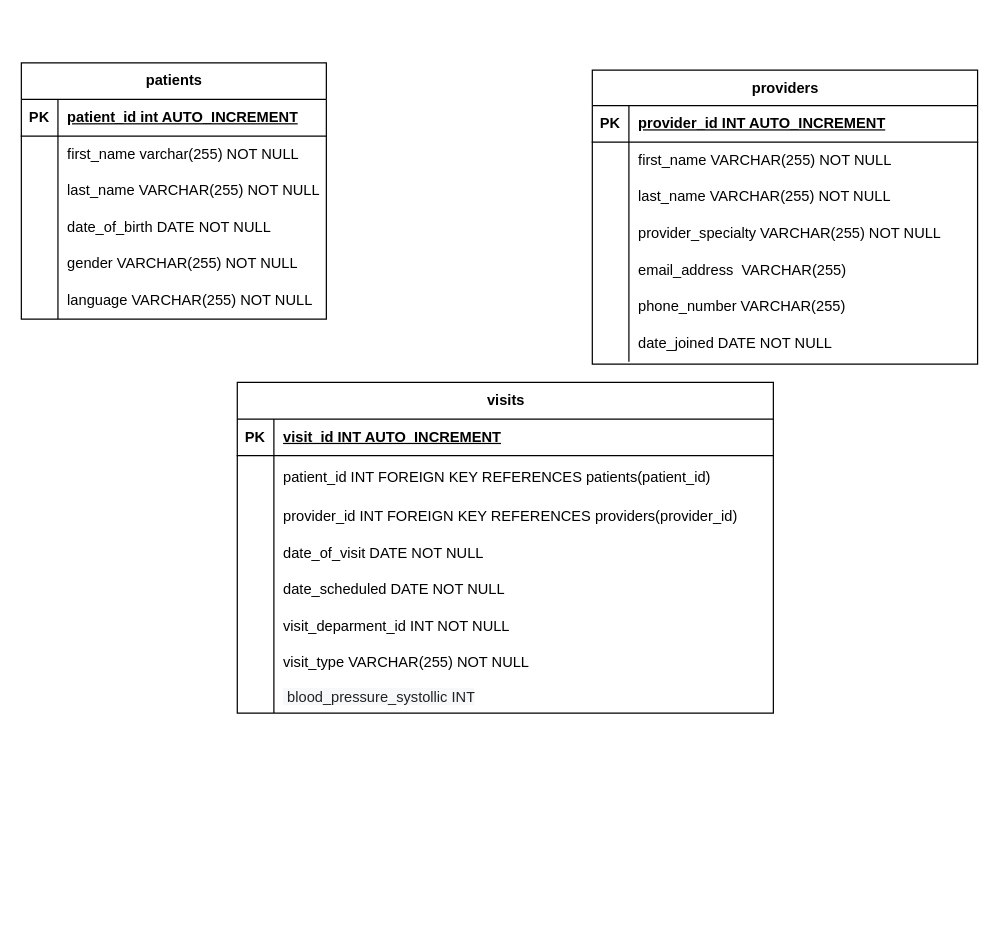
Earlier version of the draw.io diagram Hospital.drawio (jerotich8/Database-management). Source tidied: cells renumbered, new cells numbered last; positions are measured from the earlier drawing's top-left corner, leaving out a move shared by most shapes. Both pictures are drawn from the tidied source at 122%, with x=0, y=0 at pixel (21, 62).
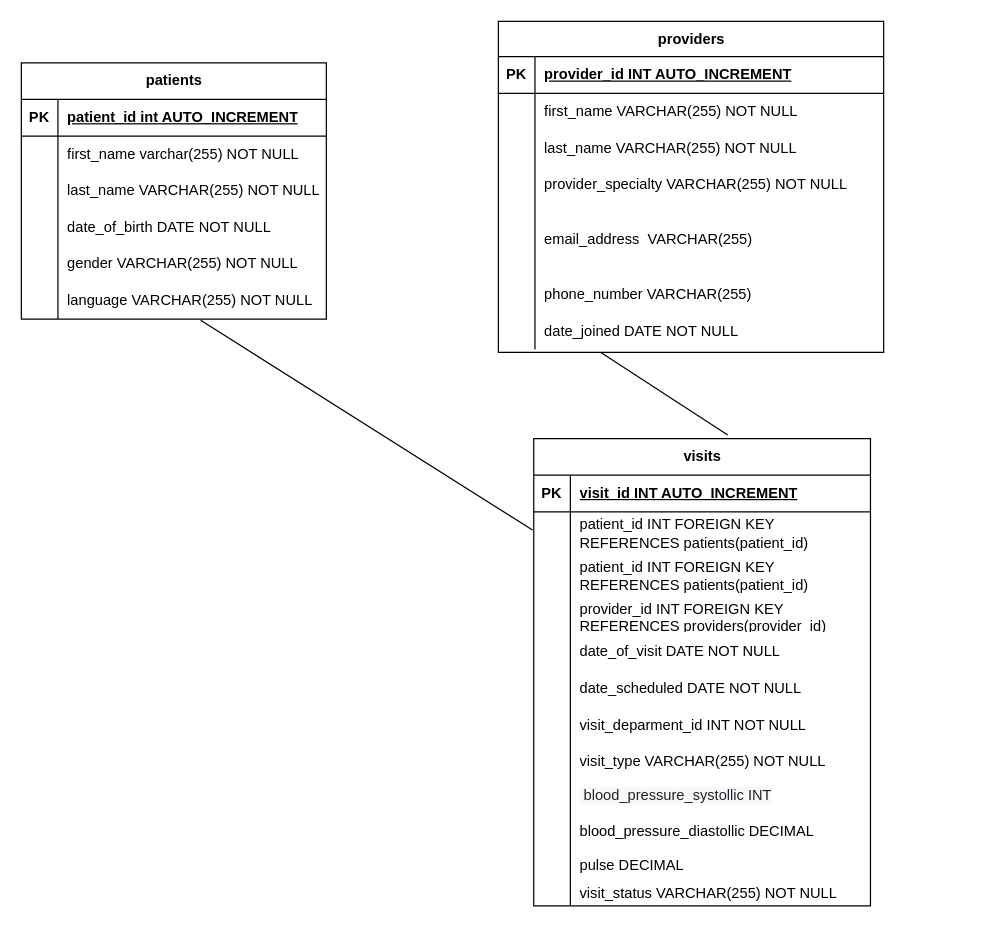
Above is the later version.

Change to the diagram source:
```diff
@@
     <mxCell id="21" value="providers" style="shape=table;startSize=29;childLayout=tableLayout;rowLines=0;fontStyle=1;align=center;html=1;" parent="1" vertex="1">
-      <mxGeometry x="468" y="6" width="315.8" height="241" as="geometry" />
+      <mxGeometry x="391" y="-34" width="315.8" height="271.4" as="geometry" />
     </mxCell>
@@
     <mxCell id="34" style="shape=tableRow;horizontal=0;startSize=0;swimlaneHead=0;swimlaneBody=0;fillColor=none;top=0;left=0;right=0;bottom=0;" parent="21" vertex="1">
-      <mxGeometry y="149" width="315.8" height="30" as="geometry" />
+      <mxGeometry y="149" width="315.8" height="60" as="geometry" />
     </mxCell>
     <mxCell id="35" style="shape=partialRectangle;fillColor=none;top=0;left=0;bottom=0;right=0;overflow=hidden;whiteSpace=wrap;html=1;" parent="34" vertex="1">
-      <mxGeometry width="30" height="30" as="geometry" />
+      <mxGeometry width="30" height="60" as="geometry" />
     </mxCell>
     <mxCell id="36" value="email_address&amp;nbsp; VARCHAR(255)&amp;nbsp;" style="shape=partialRectangle;fillColor=none;top=0;left=0;bottom=0;right=0;align=left;spacingLeft=6;overflow=hidden;whiteSpace=wrap;html=1;" parent="34" vertex="1">
-      <mxGeometry x="30" width="285.8" height="30" as="geometry" />
+      <mxGeometry x="30" width="285.8" height="60" as="geometry" />
     </mxCell>
     <mxCell id="37" style="shape=tableRow;horizontal=0;startSize=0;swimlaneHead=0;swimlaneBody=0;fillColor=none;top=0;left=0;right=0;bottom=0;" parent="21" vertex="1">
-      <mxGeometry y="179" width="315.8" height="30" as="geometry" />
+      <mxGeometry y="209" width="315.8" height="30" as="geometry" />
     </mxCell>
@@
     <mxCell id="40" style="shape=tableRow;horizontal=0;startSize=0;swimlaneHead=0;swimlaneBody=0;fillColor=none;top=0;left=0;right=0;bottom=0;" parent="21" vertex="1">
-      <mxGeometry y="209" width="315.8" height="30" as="geometry" />
+      <mxGeometry y="239" width="315.8" height="30" as="geometry" />
     </mxCell>
@@
     <mxCell id="43" value="visits" style="shape=table;startSize=30;childLayout=tableLayout;rowLines=0;fontStyle=1;align=center;html=1;" parent="1" vertex="1">
-      <mxGeometry x="177" y="262" width="439.4" height="271" as="geometry" />
+      <mxGeometry x="420" y="308" width="276" height="383" as="geometry" />
     </mxCell>
     <mxCell id="44" style="shape=tableRow;horizontal=0;startSize=0;swimlaneHead=0;swimlaneBody=0;fillColor=none;top=0;left=0;right=0;bottom=1;" parent="43" vertex="1">
-      <mxGeometry y="30" width="439.4" height="30" as="geometry" />
+      <mxGeometry y="30" width="276" height="30" as="geometry" />
     </mxCell>
@@
     <mxCell id="46" value="visit_id INT AUTO_INCREMENT" style="shape=partialRectangle;fillColor=none;top=0;left=0;bottom=0;right=0;align=left;spacingLeft=6;fontStyle=5;overflow=hidden;whiteSpace=wrap;html=1;" parent="44" vertex="1">
-      <mxGeometry x="30" width="409.4" height="30" as="geometry" />
+      <mxGeometry x="30" width="246" height="30" as="geometry" />
     </mxCell>
+    <mxCell id="68" style="shape=tableRow;horizontal=0;startSize=0;swimlaneHead=0;swimlaneBody=0;fillColor=none;top=0;left=0;right=0;bottom=0;" parent="43" vertex="1">
+      <mxGeometry y="60" width="276" height="35" as="geometry" />
+    </mxCell>
+    <mxCell id="69" style="shape=partialRectangle;fillColor=none;top=0;left=0;bottom=0;right=0;overflow=hidden;whiteSpace=wrap;html=1;" parent="68" vertex="1">
+      <mxGeometry width="30" height="35" as="geometry" />
+    </mxCell>
+    <mxCell id="70" value="patient_id INT FOREIGN KEY REFERENCES patients(patient_id)" style="shape=partialRectangle;fillColor=none;top=0;left=0;bottom=0;right=0;align=left;spacingLeft=6;overflow=hidden;whiteSpace=wrap;html=1;" parent="68" vertex="1">
+      <mxGeometry x="30" width="246" height="35" as="geometry" />
+    </mxCell>
     <mxCell id="47" style="shape=tableRow;horizontal=0;startSize=0;swimlaneHead=0;swimlaneBody=0;fillColor=none;top=0;left=0;right=0;bottom=0;" parent="43" vertex="1">
-      <mxGeometry y="60" width="439.4" height="35" as="geometry" />
+      <mxGeometry y="95" width="276" height="35" as="geometry" />
     </mxCell>
@@
     <mxCell id="49" value="patient_id INT FOREIGN KEY REFERENCES patients(patient_id)" style="shape=partialRectangle;fillColor=none;top=0;left=0;bottom=0;right=0;align=left;spacingLeft=6;overflow=hidden;whiteSpace=wrap;html=1;" parent="47" vertex="1">
-      <mxGeometry x="30" width="409.4" height="35" as="geometry" />
+      <mxGeometry x="30" width="246" height="35" as="geometry" />
     </mxCell>
     <mxCell id="50" style="shape=tableRow;horizontal=0;startSize=0;swimlaneHead=0;swimlaneBody=0;fillColor=none;top=0;left=0;right=0;bottom=0;" parent="43" vertex="1">
-      <mxGeometry y="95" width="439.4" height="30" as="geometry" />
+      <mxGeometry y="130" width="276" height="30" as="geometry" />
     </mxCell>
@@
     <mxCell id="52" value="provider_id INT FOREIGN KEY REFERENCES providers(provider_id)" style="shape=partialRectangle;fillColor=none;top=0;left=0;bottom=0;right=0;align=left;spacingLeft=6;overflow=hidden;whiteSpace=wrap;html=1;" parent="50" vertex="1">
-      <mxGeometry x="30" width="409.4" height="30" as="geometry" />
+      <mxGeometry x="30" width="246" height="30" as="geometry" />
     </mxCell>
     <mxCell id="53" style="shape=tableRow;horizontal=0;startSize=0;swimlaneHead=0;swimlaneBody=0;fillColor=none;top=0;left=0;right=0;bottom=0;" parent="43" vertex="1">
-      <mxGeometry y="125" width="439.4" height="30" as="geometry" />
+      <mxGeometry y="160" width="276" height="30" as="geometry" />
     </mxCell>
@@
     <mxCell id="55" value="date_of_visit DATE NOT NULL" style="shape=partialRectangle;fillColor=none;top=0;left=0;bottom=0;right=0;align=left;spacingLeft=6;overflow=hidden;whiteSpace=wrap;html=1;" parent="53" vertex="1">
-      <mxGeometry x="30" width="409.4" height="30" as="geometry" />
+      <mxGeometry x="30" width="246" height="30" as="geometry" />
     </mxCell>
     <mxCell id="56" style="shape=tableRow;horizontal=0;startSize=0;swimlaneHead=0;swimlaneBody=0;fillColor=none;top=0;left=0;right=0;bottom=0;" parent="43" vertex="1">
-      <mxGeometry y="155" width="439.4" height="30" as="geometry" />
+      <mxGeometry y="190" width="276" height="30" as="geometry" />
     </mxCell>
@@
     <mxCell id="58" value="date_scheduled DATE NOT NULL" style="shape=partialRectangle;fillColor=none;top=0;left=0;bottom=0;right=0;align=left;spacingLeft=6;overflow=hidden;whiteSpace=wrap;html=1;" parent="56" vertex="1">
-      <mxGeometry x="30" width="409.4" height="30" as="geometry" />
+      <mxGeometry x="30" width="246" height="30" as="geometry" />
     </mxCell>
     <mxCell id="59" style="shape=tableRow;horizontal=0;startSize=0;swimlaneHead=0;swimlaneBody=0;fillColor=none;top=0;left=0;right=0;bottom=0;" parent="43" vertex="1">
-      <mxGeometry y="185" width="439.4" height="30" as="geometry" />
+      <mxGeometry y="220" width="276" height="30" as="geometry" />
     </mxCell>
@@
     <mxCell id="61" value="visit_deparment_id INT NOT NULL" style="shape=partialRectangle;fillColor=none;top=0;left=0;bottom=0;right=0;align=left;spacingLeft=6;overflow=hidden;whiteSpace=wrap;html=1;" parent="59" vertex="1">
-      <mxGeometry x="30" width="409.4" height="30" as="geometry" />
+      <mxGeometry x="30" width="246" height="30" as="geometry" />
     </mxCell>
     <mxCell id="62" style="shape=tableRow;horizontal=0;startSize=0;swimlaneHead=0;swimlaneBody=0;fillColor=none;top=0;left=0;right=0;bottom=0;" parent="43" vertex="1">
-      <mxGeometry y="215" width="439.4" height="30" as="geometry" />
+      <mxGeometry y="250" width="276" height="30" as="geometry" />
     </mxCell>
@@
     <mxCell id="64" value="visit_type VARCHAR(255) NOT NULL" style="shape=partialRectangle;fillColor=none;top=0;left=0;bottom=0;right=0;align=left;spacingLeft=6;overflow=hidden;whiteSpace=wrap;html=1;" parent="62" vertex="1">
-      <mxGeometry x="30" width="409.4" height="30" as="geometry" />
+      <mxGeometry x="30" width="246" height="30" as="geometry" />
     </mxCell>
     <mxCell id="65" style="shape=tableRow;horizontal=0;startSize=0;swimlaneHead=0;swimlaneBody=0;fillColor=none;top=0;left=0;right=0;bottom=0;" parent="43" vertex="1">
-      <mxGeometry y="245" width="439.4" height="26" as="geometry" />
+      <mxGeometry y="280" width="276" height="26" as="geometry" />
     </mxCell>
@@
     <mxCell id="67" value="&lt;font color=&quot;#1f2328&quot;&gt;&lt;span style=&quot;background-color: rgb(246, 248, 250);&quot;&gt;&amp;nbsp;blood_pressure_systollic INT&lt;/span&gt;&lt;/font&gt;" style="shape=partialRectangle;fillColor=none;top=0;left=0;bottom=0;right=0;align=left;spacingLeft=6;overflow=hidden;whiteSpace=wrap;html=1;fontSize=12;" parent="65" vertex="1">
-      <mxGeometry x="30" width="409.4" height="26" as="geometry" />
+      <mxGeometry x="30" width="246" height="26" as="geometry" />
     </mxCell>
+    <mxCell id="71" style="shape=tableRow;horizontal=0;startSize=0;swimlaneHead=0;swimlaneBody=0;fillColor=none;top=0;left=0;right=0;bottom=0;" parent="43" vertex="1">
+      <mxGeometry y="306" width="276" height="31" as="geometry" />
+    </mxCell>
+    <mxCell id="72" style="shape=partialRectangle;fillColor=none;top=0;left=0;bottom=0;right=0;overflow=hidden;whiteSpace=wrap;html=1;" parent="71" vertex="1">
+      <mxGeometry width="30" height="31" as="geometry" />
+    </mxCell>
+    <mxCell id="73" value="blood_pressure_diastollic DECIMAL" style="shape=partialRectangle;fillColor=none;top=0;left=0;bottom=0;right=0;align=left;spacingLeft=6;overflow=hidden;whiteSpace=wrap;html=1;fontSize=12;" parent="71" vertex="1">
+      <mxGeometry x="30" width="246" height="31" as="geometry" />
+    </mxCell>
+    <mxCell id="74" style="shape=tableRow;horizontal=0;startSize=0;swimlaneHead=0;swimlaneBody=0;fillColor=none;top=0;left=0;right=0;bottom=0;" parent="43" vertex="1">
+      <mxGeometry y="337" width="276" height="26" as="geometry" />
+    </mxCell>
+    <mxCell id="75" style="shape=partialRectangle;fillColor=none;top=0;left=0;bottom=0;right=0;overflow=hidden;whiteSpace=wrap;html=1;" parent="74" vertex="1">
+      <mxGeometry width="30" height="26" as="geometry" />
+    </mxCell>
+    <mxCell id="76" value="pulse DECIMAL" style="shape=partialRectangle;fillColor=none;top=0;left=0;bottom=0;right=0;align=left;spacingLeft=6;overflow=hidden;whiteSpace=wrap;html=1;fontSize=12;" parent="74" vertex="1">
+      <mxGeometry x="30" width="246" height="26" as="geometry" />
+    </mxCell>
+    <mxCell id="77" style="shape=tableRow;horizontal=0;startSize=0;swimlaneHead=0;swimlaneBody=0;fillColor=none;top=0;left=0;right=0;bottom=0;" parent="43" vertex="1">
+      <mxGeometry y="363" width="276" height="20" as="geometry" />
+    </mxCell>
+    <mxCell id="78" style="shape=partialRectangle;fillColor=none;top=0;left=0;bottom=0;right=0;overflow=hidden;whiteSpace=wrap;html=1;" parent="77" vertex="1">
+      <mxGeometry width="30" height="20" as="geometry" />
+    </mxCell>
+    <mxCell id="79" value="visit_status VARCHAR(255) NOT NULL" style="shape=partialRectangle;fillColor=none;top=0;left=0;bottom=0;right=0;align=left;spacingLeft=6;overflow=hidden;whiteSpace=wrap;html=1;fontSize=12;" parent="77" vertex="1">
+      <mxGeometry x="30" width="246" height="20" as="geometry" />
+    </mxCell>
+    <mxCell id="80" style="endArrow=none;html=1;rounded=0;" parent="1" edge="1">
+      <mxGeometry relative="1" as="geometry">
+        <mxPoint x="147" y="211" as="sourcePoint" />
+        <mxPoint x="419" y="383" as="targetPoint" />
+      </mxGeometry>
+    </mxCell>
+    <mxCell id="81" style="endArrow=none;html=1;rounded=0;" parent="1" edge="1">
+      <mxGeometry relative="1" as="geometry">
+        <mxPoint x="579" y="305" as="sourcePoint" />
+        <mxPoint x="475" y="237.4" as="targetPoint" />
+      </mxGeometry>
+    </mxCell>
```
